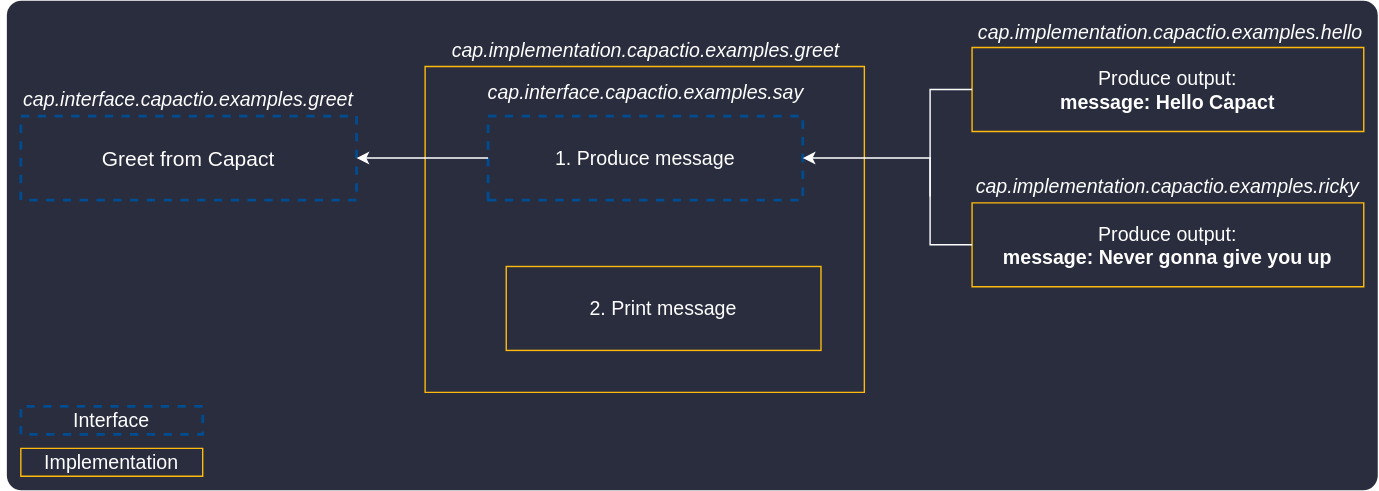
Before: static/blog/2022-01-19/greet-manifests-dark.svg, a diagram exported from draw.io (capactio/website). Source tidied: cells renumbered, new cells last; positions are measured from the earlier drawing's top-left corner, leaving out a move shared by most shapes.
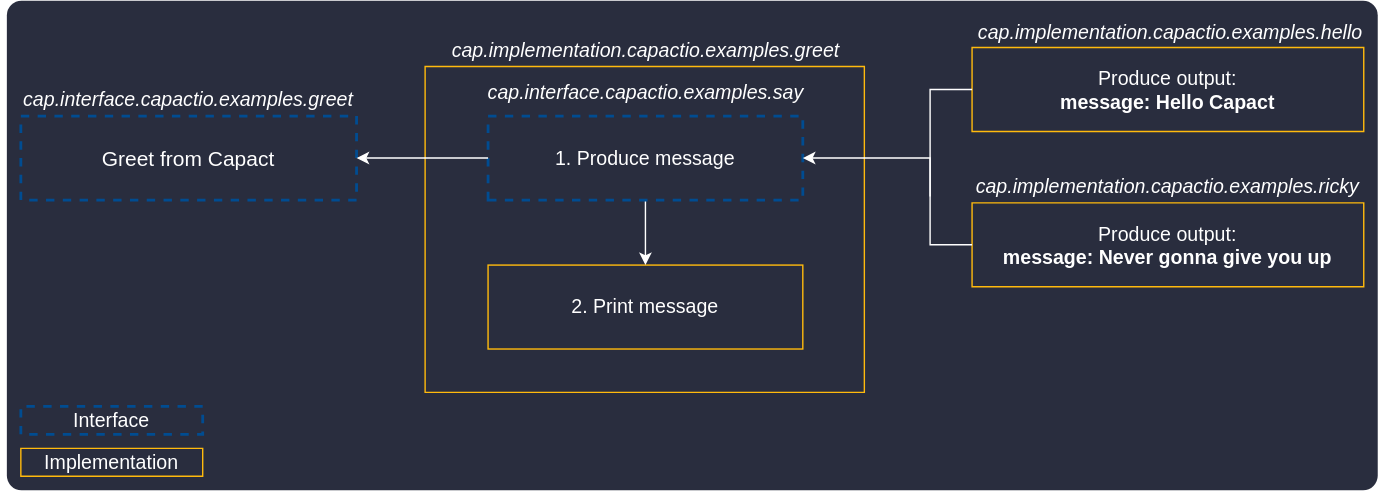
The same diagram one commit later.

The edit, as a diff of the source:
```diff
@@ -41,14 +41,12 @@
     <mxCell id="12" style="shape=parallelogram;perimeter=parallelogramPerimeter;whiteSpace=wrap;html=1;fixedSize=1;strokeColor=#FFBA0D;spacing=15;size=-39;fillColor=none;" parent="1" vertex="1">
       <mxGeometry x="299" y="47" width="314" height="233" as="geometry" />
     </mxCell>
-    <mxCell id="13" style="edgeStyle=orthogonalEdgeStyle;rounded=0;jettySize=auto;html=1;entryX=0.5;entryY=0;entryDx=0;entryDy=0;strokeColor=none;" parent="1" edge="1" target="14">
-      <mxGeometry relative="1" as="geometry">
-        <mxPoint x="455" y="140" as="sourcePoint" />
-      </mxGeometry>
-    </mxCell>
     <mxCell id="14" value="&lt;font style=&quot;font-size: 14px&quot;&gt;2. Print message&lt;/font&gt;" style="rounded=0;whiteSpace=wrap;html=1;strokeColor=#FFBA0D;align=center;fillColor=none;fontColor=#FFFFFF;" parent="1" vertex="1">
-      <mxGeometry x="357" y="190" width="225" height="60" as="geometry" />
+      <mxGeometry x="344" y="189" width="225" height="60" as="geometry" />
     </mxCell>
+    <mxCell id="20" style="edgeStyle=orthogonalEdgeStyle;rounded=0;jettySize=auto;html=1;exitX=0.5;exitY=1;exitDx=0;exitDy=0;entryX=0.5;entryY=0;entryDx=0;entryDy=0;strokeColor=#FFFFFF;" parent="1" edge="1" source="15" target="14">
+      <mxGeometry relative="1" as="geometry" />
+    </mxCell>
     <mxCell id="15" value="&lt;font style=&quot;font-size: 14px&quot;&gt;1. Produce message&lt;/font&gt;" style="shape=parallelogram;perimeter=parallelogramPerimeter;whiteSpace=wrap;html=1;fixedSize=1;dashed=1;strokeColor=#004C91;size=-25;strokeWidth=2;fillColor=none;fontColor=#FFFFFF;" parent="1" vertex="1">
       <mxGeometry x="344" y="82.5" width="225" height="60" as="geometry" />
     </mxCell>
```
